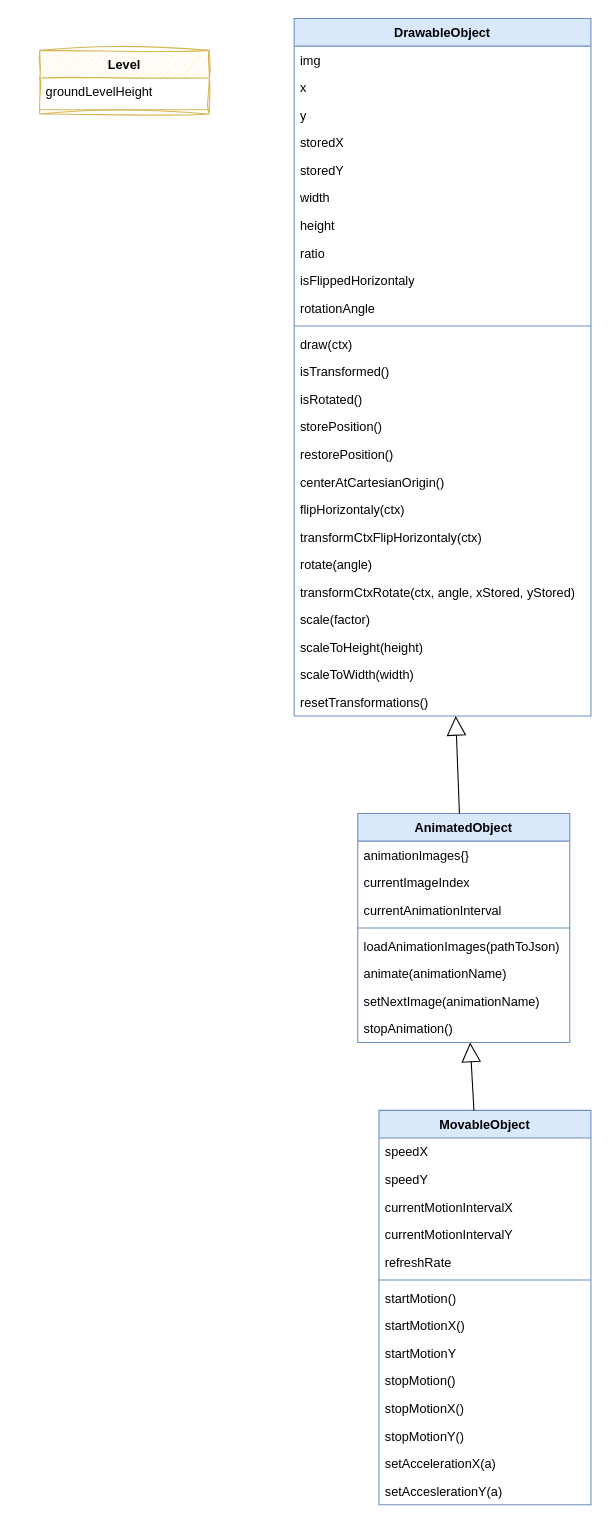
This is uml/classDiagram.drawio from ReinhardWansch/ElPolloLoco, a draw.io file, before an edit. Source tidied: cells renumbered, new cells numbered last; positions are measured from the earlier drawing's top-left corner, leaving out a move shared by most shapes. Both pictures are drawn from the tidied source at 106%, with x=0, y=0 at pixel (39, 18).
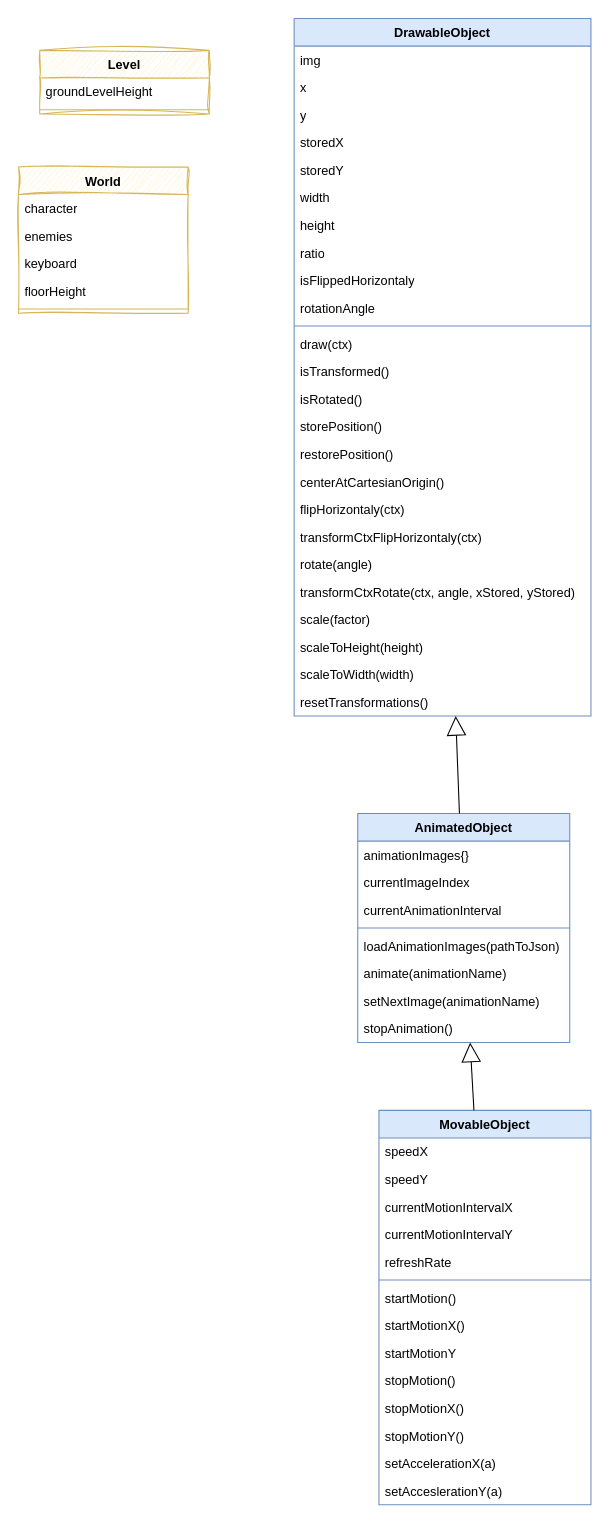
The same page after the edit.

Commit message (it also covers changes not shown here):
world: laoding background works, needs overwork (draw with loop)

What changed in the source:
```diff
@@
+    <mxCell id="57" value="World" style="swimlane;fontStyle=1;align=center;verticalAlign=top;horizontal=1;startSize=26;whiteSpace=wrap;html=1;sketch=1;curveFitting=1;jiggle=2;fillColor=#fff2cc;strokeColor=#d6b656;" parent="1" vertex="1">
+      <mxGeometry x="-20" y="140" width="160" height="138" as="geometry" />
+    </mxCell>
+    <mxCell id="58" value="character" style="text;strokeColor=none;fillColor=none;align=left;verticalAlign=top;spacingLeft=4;spacingRight=4;overflow=hidden;whiteSpace=wrap;html=1;" parent="57" vertex="1">
+      <mxGeometry y="26" width="160" height="26" as="geometry" />
+    </mxCell>
+    <mxCell id="59" value="enemies" style="text;strokeColor=none;fillColor=none;align=left;verticalAlign=top;spacingLeft=4;spacingRight=4;overflow=hidden;whiteSpace=wrap;html=1;" parent="57" vertex="1">
+      <mxGeometry y="52" width="160" height="26" as="geometry" />
+    </mxCell>
+    <mxCell id="60" value="keyboard" style="text;strokeColor=none;fillColor=none;align=left;verticalAlign=top;spacingLeft=4;spacingRight=4;overflow=hidden;whiteSpace=wrap;html=1;" parent="57" vertex="1">
+      <mxGeometry y="78" width="160" height="26" as="geometry" />
+    </mxCell>
+    <mxCell id="61" value="floorHeight" style="text;strokeColor=none;fillColor=none;align=left;verticalAlign=top;spacingLeft=4;spacingRight=4;overflow=hidden;whiteSpace=wrap;html=1;" parent="57" vertex="1">
+      <mxGeometry y="104" width="160" height="26" as="geometry" />
+    </mxCell>
+    <mxCell id="62" style="line;strokeWidth=1;fillColor=none;align=left;verticalAlign=middle;spacingTop=-1;spacingLeft=3;spacingRight=3;labelPosition=right;strokeColor=inherit;" parent="57" vertex="1">
+      <mxGeometry y="130" width="160" height="8" as="geometry" />
+    </mxCell>
```
